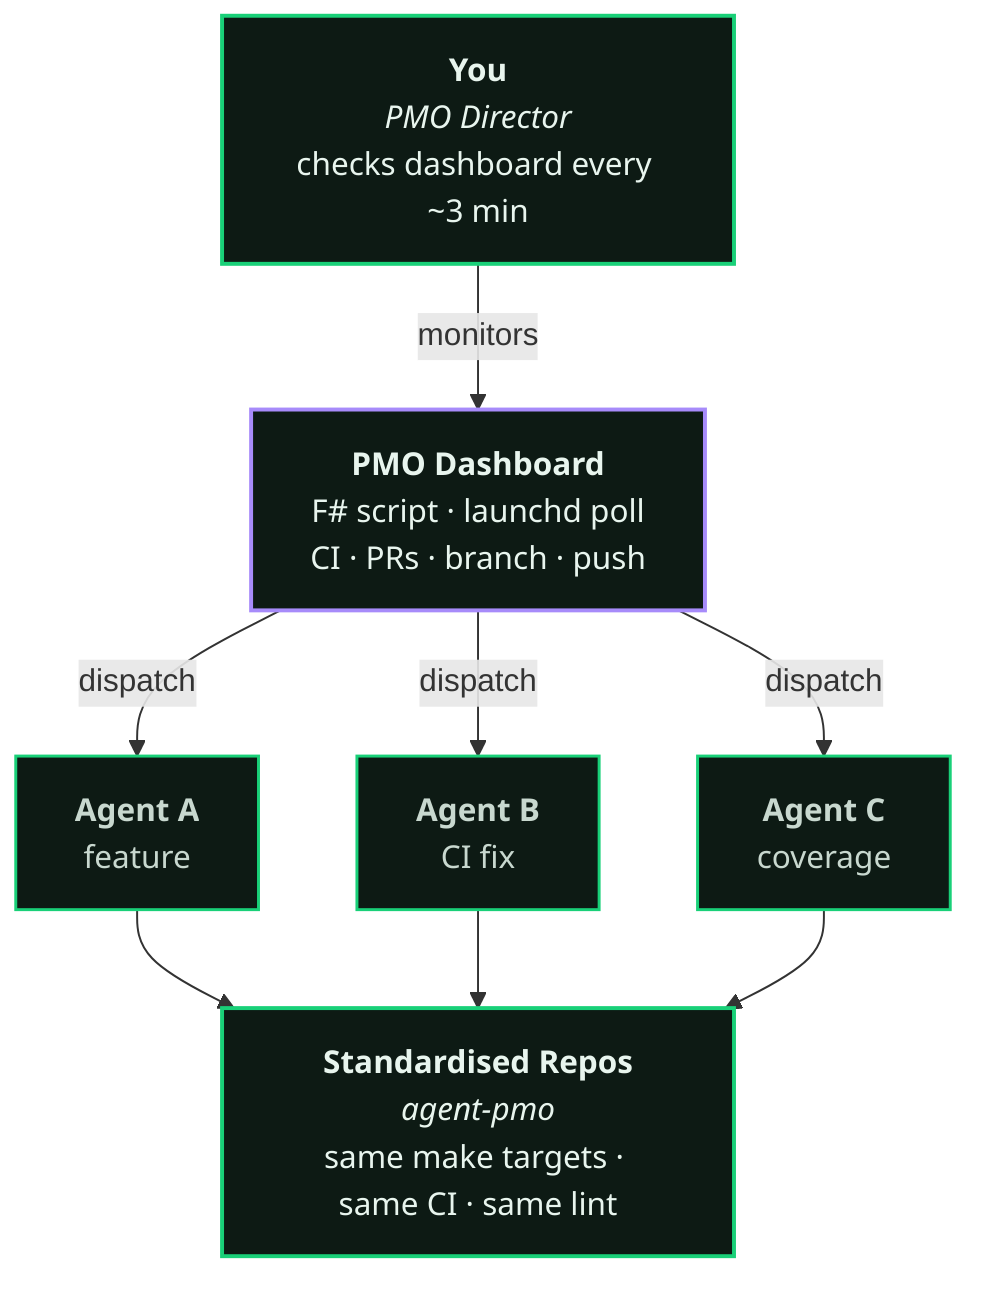
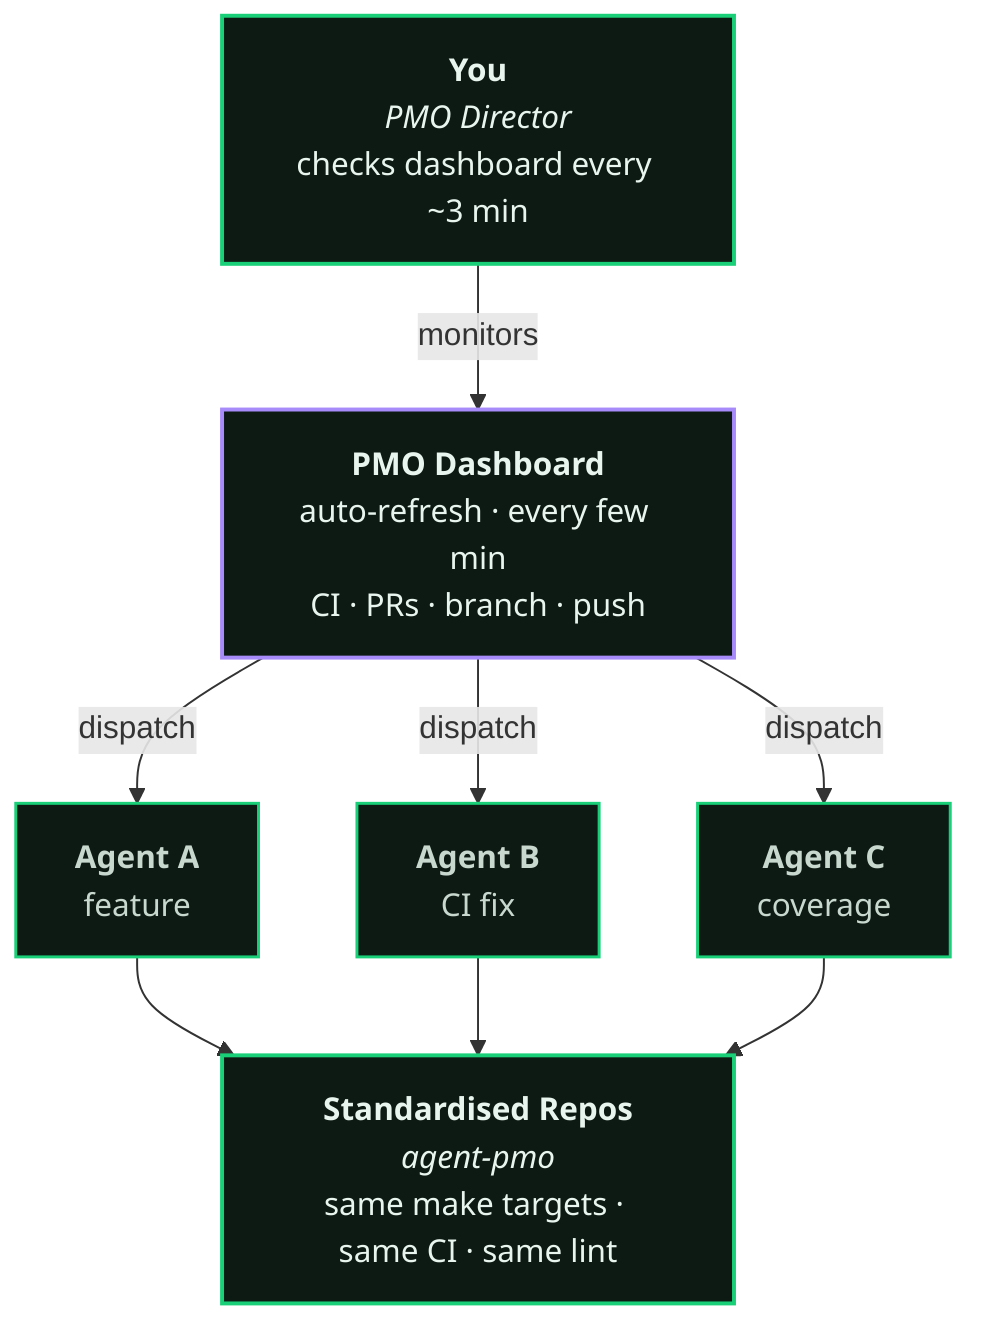
graph TD
    YOU["<b>You</b><br/><i>PMO Director</i><br/>checks dashboard every ~3 min"]
-     DASH["<b>PMO Dashboard</b><br/>F# script &middot; launchd poll<br/>CI &middot; PRs &middot; branch &middot; push"]
+     DASH["<b>PMO Dashboard</b><br/>auto-refresh &middot; every few min<br/>CI &middot; PRs &middot; branch &middot; push"]
    A["<b>Agent A</b><br/>feature"]
    B["<b>Agent B</b><br/>CI fix"]
    C["<b>Agent C</b><br/>coverage"]
    REPOS["<b>Standardised Repos</b><br/><i>agent-pmo</i><br/>same make targets &middot; same CI &middot; same lint"]

    YOU -->|"monitors"| DASH
    DASH -->|"dispatch"| A
    DASH -->|"dispatch"| B
    DASH -->|"dispatch"| C
    A --> REPOS
    B --> REPOS
    C --> REPOS

    classDef director fill:#0d1a14,stroke:#19d078,stroke-width:2px,color:#e8f5ee,font-family:Segoe UI
    classDef dashboard fill:#0d1a14,stroke:#a78bfa,stroke-width:2px,color:#e8f5ee,font-family:Segoe UI
    classDef agent fill:#0d1a14,stroke:#19d078,stroke-width:1.5px,color:#c8d8cf,font-family:Segoe UI
    classDef repos fill:#0d1a14,stroke:#19d078,stroke-width:2px,color:#e8f5ee,font-family:Segoe UI

    class YOU director
    class DASH dashboard
    class A,B,C agent
    class REPOS repos
